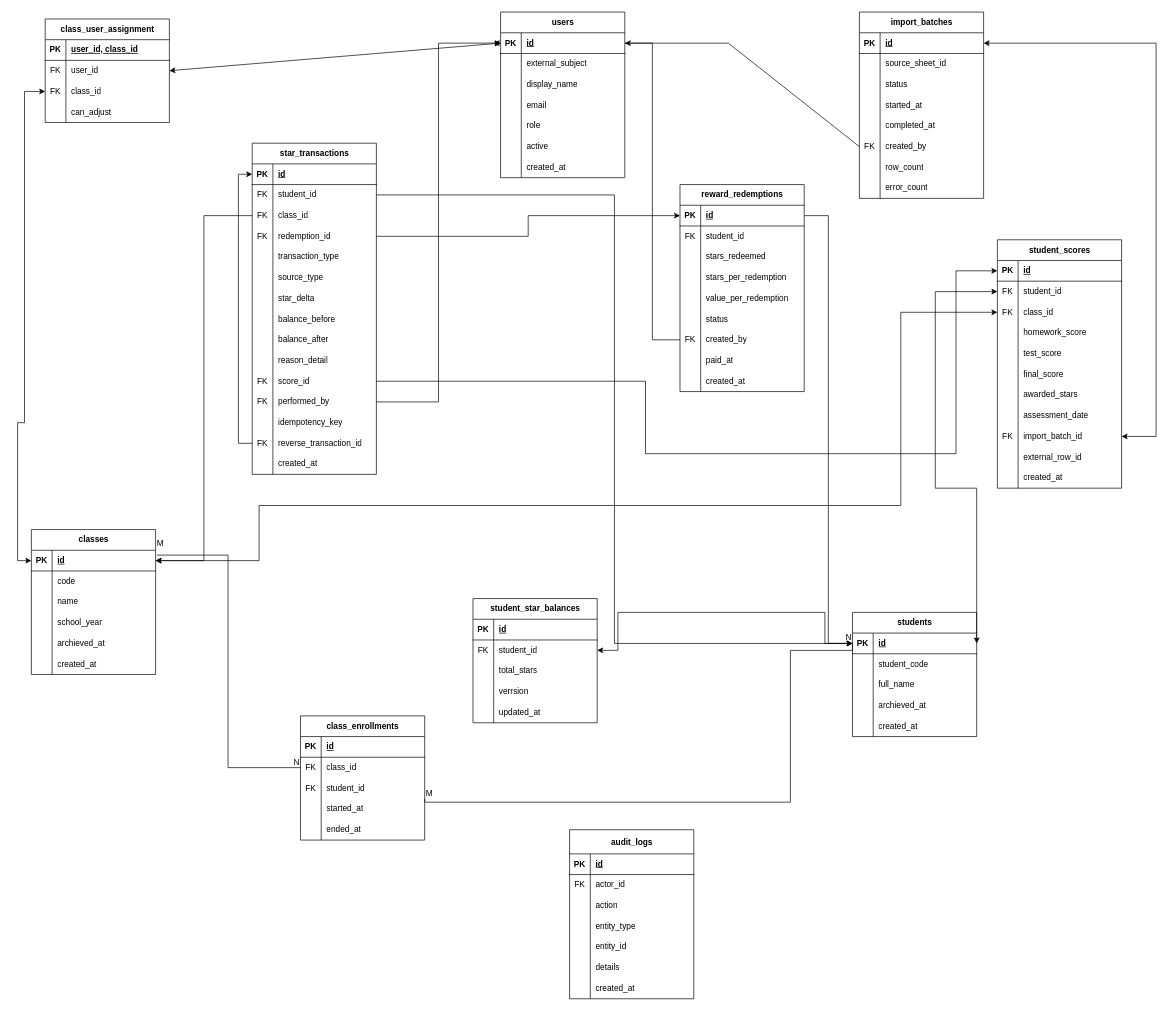
Earlier version of the draw.io diagram star-reward.drawio (mjnhloc/stars-reward). Source tidied: cells renumbered, new cells numbered last; positions are measured from the earlier drawing's top-left corner, leaving out a move shared by most shapes. Both pictures are drawn from the tidied source at 69%, with x=0, y=0 at pixel (17, 12).
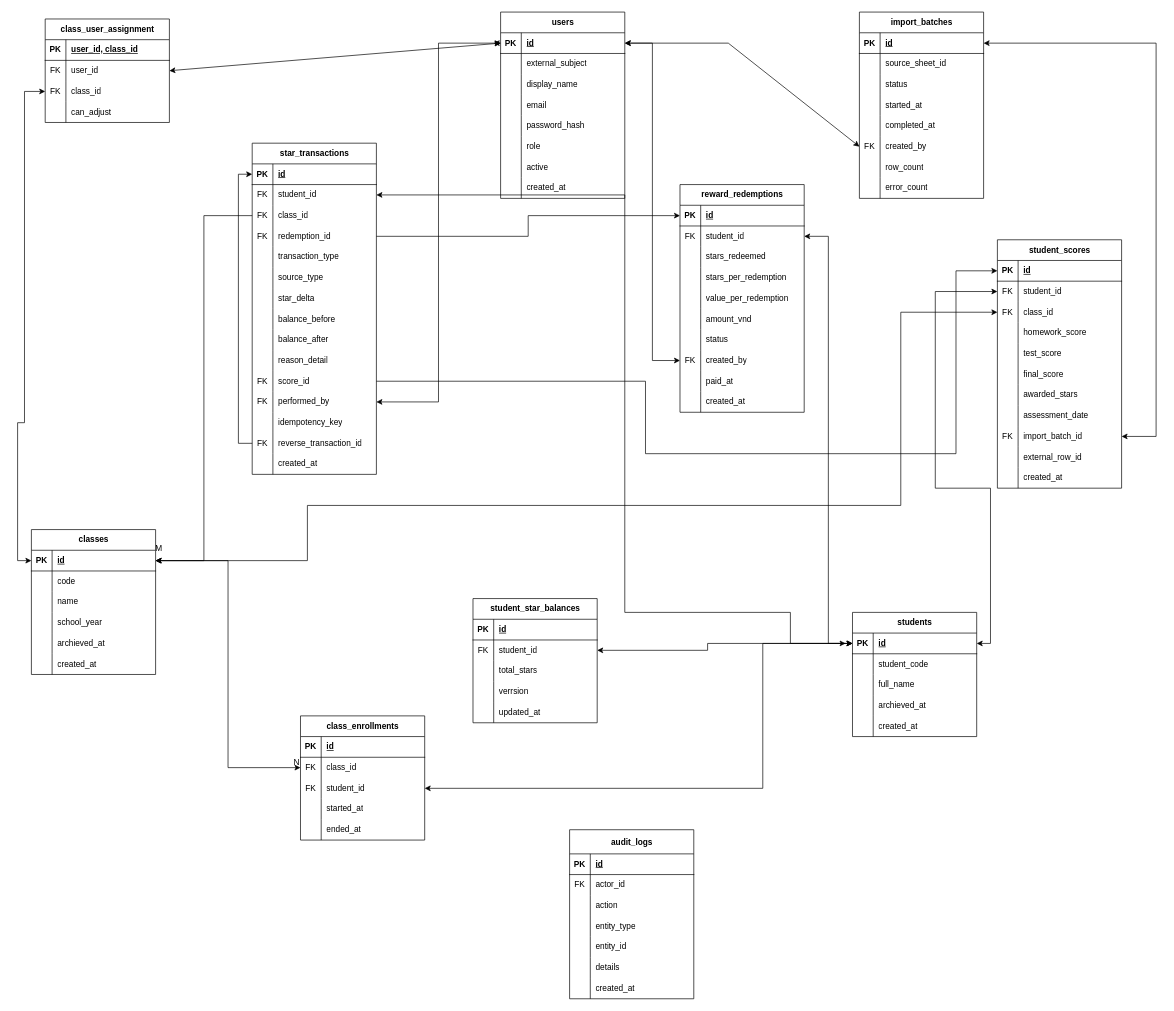
Above is the later version.

Unchanged cells that the change refers to:
```xml
<mxCell id="3" style="shape=tableRow;horizontal=0;startSize=0;swimlaneHead=0;swimlaneBody=0;fillColor=none;points=[[0,0.5],[1,0.5]];portConstraint=eastwest;top=0;left=0;right=0;bottom=1;" parent="2" vertex="1">
  <mxGeometry y="30" width="180" height="30" as="geometry" />
</mxCell>
<mxCell id="25" style="shape=tableRow;horizontal=0;startSize=0;swimlaneHead=0;swimlaneBody=0;fillColor=none;points=[[0,0.5],[1,0.5]];portConstraint=eastwest;top=0;left=0;right=0;bottom=1;" parent="24" vertex="1">
  <mxGeometry y="30" width="180" height="30" as="geometry" />
</mxCell>
<mxCell id="44" style="shape=tableRow;horizontal=0;startSize=0;swimlaneHead=0;swimlaneBody=0;fillColor=none;points=[[0,0.5],[1,0.5]];portConstraint=eastwest;top=0;left=0;right=0;bottom=1;" parent="43" vertex="1">
  <mxGeometry y="30" width="180" height="30" as="geometry" />
</mxCell>
<mxCell id="63" style="shape=tableRow;horizontal=0;startSize=0;swimlaneHead=0;swimlaneBody=0;fillColor=none;points=[[0,0.5],[1,0.5]];portConstraint=eastwest;top=0;left=0;right=0;bottom=0;" parent="59" vertex="1">
  <mxGeometry y="60" width="180" height="30" as="geometry" />
</mxCell>
<mxCell id="66" style="shape=tableRow;horizontal=0;startSize=0;swimlaneHead=0;swimlaneBody=0;fillColor=none;points=[[0,0.5],[1,0.5]];portConstraint=eastwest;top=0;left=0;right=0;bottom=0;" parent="59" vertex="1">
  <mxGeometry y="90" width="180" height="30" as="geometry" />
</mxCell>
<mxCell id="112" style="shape=tableRow;horizontal=0;startSize=0;swimlaneHead=0;swimlaneBody=0;fillColor=none;points=[[0,0.5],[1,0.5]];portConstraint=eastwest;top=0;left=0;right=0;bottom=0;" parent="96" vertex="1">
  <mxGeometry y="180" width="180" height="30" as="geometry" />
</mxCell>
<mxCell id="125" style="shape=tableRow;horizontal=0;startSize=0;swimlaneHead=0;swimlaneBody=0;fillColor=none;points=[[0,0.5],[1,0.5]];portConstraint=eastwest;top=0;left=0;right=0;bottom=0;" parent="121" vertex="1">
  <mxGeometry y="60" width="180" height="30" as="geometry" />
</mxCell>
<mxCell id="128" style="shape=tableRow;horizontal=0;startSize=0;swimlaneHead=0;swimlaneBody=0;fillColor=none;points=[[0,0.5],[1,0.5]];portConstraint=eastwest;top=0;left=0;right=0;bottom=0;" parent="121" vertex="1">
  <mxGeometry y="90" width="180" height="30" as="geometry" />
</mxCell>
<mxCell id="164" style="shape=tableRow;horizontal=0;startSize=0;swimlaneHead=0;swimlaneBody=0;fillColor=none;points=[[0,0.5],[1,0.5]];portConstraint=eastwest;top=0;left=0;right=0;bottom=0;" parent="160" vertex="1">
  <mxGeometry y="60" width="180" height="30" as="geometry" />
</mxCell>
<mxCell id="181" style="shape=tableRow;horizontal=0;startSize=0;swimlaneHead=0;swimlaneBody=0;fillColor=none;points=[[0,0.5],[1,0.5]];portConstraint=eastwest;top=0;left=0;right=0;bottom=0;" parent="177" vertex="1">
  <mxGeometry y="60" width="180" height="30" as="geometry" />
</mxCell>
<mxCell id="211" style="shape=tableRow;horizontal=0;startSize=0;swimlaneHead=0;swimlaneBody=0;fillColor=none;points=[[0,0.5],[1,0.5]];portConstraint=eastwest;top=0;left=0;right=0;bottom=0;" parent="177" vertex="1">
  <mxGeometry y="360" width="180" height="30" as="geometry" />
</mxCell>
<mxCell id="224" style="shape=tableRow;horizontal=0;startSize=0;swimlaneHead=0;swimlaneBody=0;fillColor=none;points=[[0,0.5],[1,0.5]];portConstraint=eastwest;top=0;left=0;right=0;bottom=1;" parent="223" vertex="1">
  <mxGeometry y="30" width="180" height="30" as="geometry" />
</mxCell>
<mxCell id="227" style="shape=tableRow;horizontal=0;startSize=0;swimlaneHead=0;swimlaneBody=0;fillColor=none;points=[[0,0.5],[1,0.5]];portConstraint=eastwest;top=0;left=0;right=0;bottom=0;" parent="223" vertex="1">
  <mxGeometry y="60" width="180" height="30" as="geometry" />
</mxCell>
```

Diff of the diagram source:
```diff
@@
     <mxCell id="2" value="users" style="shape=table;startSize=30;childLayout=tableLayout;rowLines=0;fontStyle=1;align=center;html=1;" parent="1" vertex="1">
-      <mxGeometry x="700" width="180" height="240" as="geometry" />
+      <mxGeometry x="700" width="180" height="270" as="geometry" />
     </mxCell>
@@
+    <mxCell id="281" style="shape=tableRow;horizontal=0;startSize=0;swimlaneHead=0;swimlaneBody=0;fillColor=none;top=0;left=0;right=0;bottom=0;" parent="2" vertex="1">
+      <mxGeometry y="150" width="180" height="30" as="geometry" />
+    </mxCell>
+    <mxCell id="282" style="shape=partialRectangle;fillColor=none;top=0;left=0;bottom=0;right=0;overflow=hidden;whiteSpace=wrap;html=1;" parent="281" vertex="1">
+      <mxGeometry width="30" height="30" as="geometry" />
+    </mxCell>
+    <mxCell id="283" value="password_hash" style="shape=partialRectangle;fillColor=none;top=0;left=0;bottom=0;right=0;align=left;spacingLeft=6;overflow=hidden;whiteSpace=wrap;html=1;" parent="281" vertex="1">
+      <mxGeometry x="30" width="150" height="30" as="geometry" />
+    </mxCell>
     <mxCell id="15" style="shape=tableRow;horizontal=0;startSize=0;swimlaneHead=0;swimlaneBody=0;fillColor=none;top=0;left=0;right=0;bottom=0;" parent="2" vertex="1">
-      <mxGeometry y="150" width="180" height="30" as="geometry" />
+      <mxGeometry y="180" width="180" height="30" as="geometry" />
     </mxCell>
@@
     <mxCell id="18" style="shape=tableRow;horizontal=0;startSize=0;swimlaneHead=0;swimlaneBody=0;fillColor=none;top=0;left=0;right=0;bottom=0;" parent="2" vertex="1">
-      <mxGeometry y="180" width="180" height="30" as="geometry" />
+      <mxGeometry y="210" width="180" height="30" as="geometry" />
     </mxCell>
@@
     <mxCell id="21" style="shape=tableRow;horizontal=0;startSize=0;swimlaneHead=0;swimlaneBody=0;fillColor=none;top=0;left=0;right=0;bottom=0;" parent="2" vertex="1">
-      <mxGeometry y="210" width="180" height="30" as="geometry" />
+      <mxGeometry y="240" width="180" height="30" as="geometry" />
     </mxCell>
@@
-    <mxCell id="75" style="endArrow=none;html=1;rounded=0;exitX=1.011;exitY=0.233;exitDx=0;exitDy=0;exitPerimeter=0;entryX=0;entryY=0.5;entryDx=0;entryDy=0;edgeStyle=orthogonalEdgeStyle;" parent="1" edge="1" source="25" target="63">
+    <mxCell id="75" style="endArrow=classic;html=1;rounded=0;entryX=0;entryY=0.5;entryDx=0;entryDy=0;edgeStyle=orthogonalEdgeStyle;startArrow=classic;startFill=1;endFill=1;" parent="1" edge="1" source="25" target="63">
       <mxGeometry relative="1" as="geometry" />
     </mxCell>
@@
-    <mxCell id="78" style="endArrow=none;html=1;rounded=0;entryX=0;entryY=0.5;entryDx=0;entryDy=0;edgeStyle=orthogonalEdgeStyle;" parent="1" edge="1" source="66" target="44">
-      <mxGeometry relative="1" as="geometry">
-        <Array as="points">
-          <mxPoint x="590" y="1145.1" />
-          <mxPoint x="1120" y="1145.1" />
-          <mxPoint x="1120" y="925.1" />
-          <mxPoint x="1210" y="925.1" />
-        </Array>
-      </mxGeometry>
-    </mxCell>
-    <mxCell id="79" value="M" style="html=1;whiteSpace=wrap;align=left;verticalAlign=bottom;" parent="78" vertex="1">
-      <mxGeometry x="-1" relative="1" as="geometry" />
-    </mxCell>
-    <mxCell id="80" value="N" style="html=1;whiteSpace=wrap;align=right;verticalAlign=bottom;" parent="78" vertex="1">
-      <mxGeometry x="1" relative="1" as="geometry" />
-    </mxCell>
@@
-    <mxCell id="155" style="endArrow=none;html=1;rounded=0;entryX=0;entryY=0.5;entryDx=0;entryDy=0;" parent="1" edge="1" source="3" target="112">
+    <mxCell id="155" style="endArrow=classic;html=1;rounded=0;entryX=0;entryY=0.5;entryDx=0;entryDy=0;startArrow=classic;startFill=1;endFill=1;" parent="1" edge="1" source="3" target="112">
       <mxGeometry relative="1" as="geometry">
         <Array as="points">
           <mxPoint x="1030" y="45" />
         </Array>
       </mxGeometry>
     </mxCell>
     <mxCell id="156" style="edgeStyle=orthogonalEdgeStyle;rounded=0;jettySize=auto;html=1;exitX=1;exitY=0.5;exitDx=0;exitDy=0;startArrow=classic;startFill=1;" parent="1" edge="1" source="44" target="125">
       <mxGeometry relative="1" as="geometry">
         <Array as="points">
+          <mxPoint x="1410" y="915" />
+          <mxPoint x="1410" y="690" />
           <mxPoint x="1330" y="690" />
-          <mxPoint x="1330" y="405.1" />
+          <mxPoint x="1330" y="405" />
         </Array>
       </mxGeometry>
     </mxCell>
@@
     <mxCell id="158" style="edgeStyle=orthogonalEdgeStyle;rounded=0;jettySize=auto;html=1;startArrow=classic;startFill=1;" parent="1" edge="1" source="25" target="128">
       <mxGeometry relative="1" as="geometry">
         <Array as="points">
-          <mxPoint x="350" y="795.1" />
-          <mxPoint x="350" y="715.1" />
-          <mxPoint x="1280" y="715.1" />
-          <mxPoint x="1280" y="435.1" />
+          <mxPoint x="420" y="795" />
+          <mxPoint x="420" y="715" />
+          <mxPoint x="1280" y="715" />
+          <mxPoint x="1280" y="435" />
         </Array>
       </mxGeometry>
     </mxCell>
@@
     <mxCell id="176" style="edgeStyle=orthogonalEdgeStyle;rounded=0;jettySize=auto;html=1;exitX=1;exitY=0.5;exitDx=0;exitDy=0;entryX=0;entryY=0.5;entryDx=0;entryDy=0;startArrow=classic;startFill=1;" parent="1" edge="1" source="164" target="44">
       <mxGeometry relative="1" as="geometry">
         <Array as="points">
-          <mxPoint x="870" y="925.1" />
-          <mxPoint x="870" y="870" />
-          <mxPoint x="1170" y="870" />
-          <mxPoint x="1170" y="915.1" />
+          <mxPoint x="1000" y="925" />
+          <mxPoint x="1000" y="915" />
         </Array>
       </mxGeometry>
     </mxCell>
@@
     <mxCell id="223" value="reward_redemptions" style="shape=table;startSize=30;childLayout=tableLayout;rowLines=0;fontStyle=1;align=center;html=1;" parent="1" vertex="1">
-      <mxGeometry x="960" y="250" width="180" height="300" as="geometry" />
+      <mxGeometry x="960" y="250" width="180" height="330" as="geometry" />
     </mxCell>
@@
+    <mxCell id="284" style="shape=tableRow;horizontal=0;startSize=0;swimlaneHead=0;swimlaneBody=0;fillColor=none;top=0;left=0;right=0;bottom=0;" parent="223" vertex="1">
+      <mxGeometry y="180" width="180" height="30" as="geometry" />
+    </mxCell>
+    <mxCell id="285" style="shape=partialRectangle;fillColor=none;top=0;left=0;bottom=0;right=0;overflow=hidden;whiteSpace=wrap;html=1;" parent="284" vertex="1">
+      <mxGeometry width="30" height="30" as="geometry" />
+    </mxCell>
+    <mxCell id="286" value="amount_vnd" style="shape=partialRectangle;fillColor=none;top=0;left=0;bottom=0;right=0;align=left;spacingLeft=6;overflow=hidden;whiteSpace=wrap;html=1;" parent="284" vertex="1">
+      <mxGeometry x="30" width="150" height="30" as="geometry" />
+    </mxCell>
     <mxCell id="239" style="shape=tableRow;horizontal=0;startSize=0;swimlaneHead=0;swimlaneBody=0;fillColor=none;top=0;left=0;right=0;bottom=0;" parent="223" vertex="1">
-      <mxGeometry y="180" width="180" height="30" as="geometry" />
+      <mxGeometry y="210" width="180" height="30" as="geometry" />
     </mxCell>
@@
     <mxCell id="242" style="shape=tableRow;horizontal=0;startSize=0;swimlaneHead=0;swimlaneBody=0;fillColor=none;points=[[0,0.5],[1,0.5]];portConstraint=eastwest;top=0;left=0;right=0;bottom=0;" parent="223" vertex="1">
-      <mxGeometry y="210" width="180" height="30" as="geometry" />
+      <mxGeometry y="240" width="180" height="30" as="geometry" />
     </mxCell>
@@
     <mxCell id="245" style="shape=tableRow;horizontal=0;startSize=0;swimlaneHead=0;swimlaneBody=0;fillColor=none;top=0;left=0;right=0;bottom=0;" parent="223" vertex="1">
-      <mxGeometry y="240" width="180" height="30" as="geometry" />
+      <mxGeometry y="270" width="180" height="30" as="geometry" />
     </mxCell>
@@
     <mxCell id="248" style="shape=tableRow;horizontal=0;startSize=0;swimlaneHead=0;swimlaneBody=0;fillColor=none;top=0;left=0;right=0;bottom=0;" parent="223" vertex="1">
-      <mxGeometry y="270" width="180" height="30" as="geometry" />
+      <mxGeometry y="300" width="180" height="30" as="geometry" />
     </mxCell>
@@
-    <mxCell id="251" style="edgeStyle=orthogonalEdgeStyle;rounded=0;jettySize=auto;html=1;entryX=0;entryY=0.5;entryDx=0;entryDy=0;" parent="1" edge="1" source="224" target="44">
+    <mxCell id="251" style="edgeStyle=orthogonalEdgeStyle;rounded=0;jettySize=auto;html=1;entryX=0;entryY=0.5;entryDx=0;entryDy=0;startArrow=classic;startFill=1;" parent="1" edge="1" source="227" target="44">
       <mxGeometry relative="1" as="geometry" />
     </mxCell>
-    <mxCell id="252" style="edgeStyle=orthogonalEdgeStyle;rounded=0;jettySize=auto;html=1;entryX=1;entryY=0.5;entryDx=0;entryDy=0;" parent="1" edge="1" source="242" target="3">
+    <mxCell id="252" style="edgeStyle=orthogonalEdgeStyle;rounded=0;jettySize=auto;html=1;entryX=1;entryY=0.5;entryDx=0;entryDy=0;startArrow=classic;startFill=1;" parent="1" edge="1" source="242" target="3">
       <mxGeometry relative="1" as="geometry" />
     </mxCell>
-    <mxCell id="253" style="edgeStyle=orthogonalEdgeStyle;rounded=0;jettySize=auto;html=1;" parent="1" edge="1" source="181" target="44">
-      <mxGeometry relative="1" as="geometry" />
+    <mxCell id="253" style="edgeStyle=orthogonalEdgeStyle;rounded=0;jettySize=auto;html=1;startArrow=classic;startFill=1;" parent="1" edge="1" source="181">
+      <mxGeometry relative="1" as="geometry">
+        <mxPoint x="1200" y="915" as="targetPoint" />
+        <Array as="points">
+          <mxPoint x="880" y="265" />
+          <mxPoint x="880" y="870" />
+          <mxPoint x="1120" y="870" />
+          <mxPoint x="1120" y="915" />
+        </Array>
+      </mxGeometry>
     </mxCell>
@@
-    <mxCell id="256" style="edgeStyle=orthogonalEdgeStyle;rounded=0;jettySize=auto;html=1;entryX=0;entryY=0.5;entryDx=0;entryDy=0;" parent="1" edge="1" source="211" target="3">
+    <mxCell id="256" style="edgeStyle=orthogonalEdgeStyle;rounded=0;jettySize=auto;html=1;entryX=0;entryY=0.5;entryDx=0;entryDy=0;startArrow=classic;startFill=1;" parent="1" edge="1" source="211" target="3">
       <mxGeometry relative="1" as="geometry" />
     </mxCell>
@@
+    <mxCell id="78" style="edgeStyle=orthogonalEdgeStyle;rounded=0;jettySize=auto;html=1;startArrow=classic;startFill=1;" parent="1" edge="1" source="66" target="44">
+      <mxGeometry relative="1" as="geometry">
+        <Array as="points">
+          <mxPoint x="1080" y="1125" />
+          <mxPoint x="1080" y="915" />
+        </Array>
+      </mxGeometry>
+    </mxCell>
```
